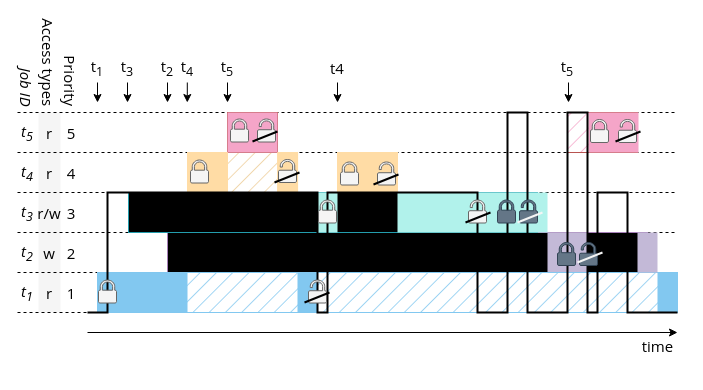
This is assets/system-rw.drawio from perlindgren/rw-rtic, a draw.io file, before an edit. Source tidied: cells renumbered, new cells numbered last; positions are measured from the earlier drawing's top-left corner, leaving out a move shared by most shapes. Both pictures are drawn from the tidied source at 100%, with x=0, y=0 at pixel (-18, 52).
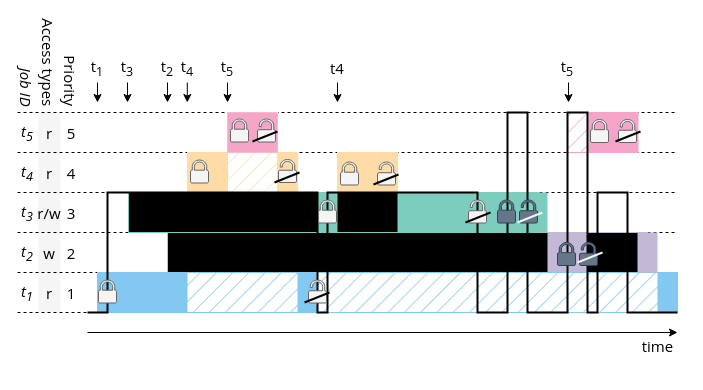
The same diagram, later.

What changed in the source:
```diff
@@
-    <mxCell id="15" style="rounded=0;whiteSpace=wrap;html=1;fillColor=#EDCD99;strokeColor=light-dark(#FFDCA5,#FFDCA5);fillStyle=hatch;fontSize=15;fontFamily=Open Sans;" parent="1" vertex="1">
+    <mxCell id="15" style="rounded=0;whiteSpace=wrap;html=1;fillColor=#FFDCA5;strokeColor=light-dark(#FFDCA5,#FFDCA5);fillStyle=hatch;fontSize=15;fontFamily=Open Sans;" parent="1" vertex="1">
       <mxGeometry x="205" y="100" width="110" height="40" as="geometry" />
     </mxCell>
-    <mxCell id="16" style="rounded=0;whiteSpace=wrap;html=1;fillColor=light-dark(#C89ADE,#C89ADE);strokeColor=light-dark(#A680B8,#C3B9D7);fillStyle=hatch;fontSize=15;fontFamily=Open Sans;" parent="1" vertex="1">
+    <mxCell id="16" style="rounded=0;whiteSpace=wrap;html=1;fillColor=light-dark(#C3B9D7,#C89ADE);strokeColor=light-dark(#C3B9D7,#C3B9D7);fillStyle=hatch;fontSize=15;fontFamily=Open Sans;" parent="1" vertex="1">
       <mxGeometry x="185" y="180" width="480" height="40" as="geometry" />
     </mxCell>
@@
-    <mxCell id="19" style="rounded=0;whiteSpace=wrap;html=1;fillColor=#f8cecc;strokeColor=#b85450;fillStyle=hatch;fontSize=15;fontFamily=Open Sans;" parent="1" vertex="1">
+    <mxCell id="19" style="rounded=0;whiteSpace=wrap;html=1;fillColor=#F8CECC;strokeColor=#F8CECC;fillStyle=hatch;fontSize=15;fontFamily=Open Sans;" parent="1" vertex="1">
       <mxGeometry x="245" y="60" width="50" height="40" as="geometry" />
     </mxCell>
@@
     <mxCell id="27" style="rounded=0;whiteSpace=wrap;html=1;fillColor=#F5A5C8;strokeColor=none;fontSize=15;fontFamily=Open Sans;" parent="1" vertex="1">
-      <mxGeometry x="245" y="60" width="50" height="40" as="geometry" />
+      <mxGeometry x="245.1" y="60" width="50" height="40" as="geometry" />
     </mxCell>
-    <mxCell id="28" style="rounded=0;whiteSpace=wrap;html=1;fillColor=light-dark(#99D1CB,#99D1CB);strokeColor=#239DAD;fillStyle=hatch;fontSize=15;fontFamily=Open Sans;" parent="1" vertex="1">
+    <mxCell id="28" style="rounded=0;whiteSpace=wrap;html=1;fillColor=light-dark(#7DCDBE,#99D1CB);strokeColor=#7DCDBE;fillStyle=hatch;fontSize=15;fontFamily=Open Sans;" parent="1" vertex="1">
       <mxGeometry x="146" y="140" width="409" height="40" as="geometry" />
     </mxCell>
-    <mxCell id="29" style="rounded=0;whiteSpace=wrap;html=1;fillColor=#B1F2EB;strokeColor=none;fillStyle=solid;fontSize=15;fontFamily=Open Sans;" parent="1" vertex="1">
+    <mxCell id="29" style="rounded=0;whiteSpace=wrap;html=1;fillColor=#7DCDBE;strokeColor=none;fillStyle=solid;fontSize=15;fontFamily=Open Sans;" parent="1" vertex="1">
       <mxGeometry x="335" y="140" width="20" height="40" as="geometry" />
     </mxCell>
-    <mxCell id="30" style="rounded=0;whiteSpace=wrap;html=1;fillColor=#B1F2EB;strokeColor=none;fillStyle=solid;fontSize=15;fontFamily=Open Sans;" parent="1" vertex="1">
+    <mxCell id="30" style="rounded=0;whiteSpace=wrap;html=1;fillColor=#7DCDBE;strokeColor=none;fillStyle=solid;fontSize=15;fontFamily=Open Sans;" parent="1" vertex="1">
       <mxGeometry x="415" y="140" width="150" height="40" as="geometry" />
     </mxCell>
@@
-    <mxCell id="33" style="rounded=0;whiteSpace=wrap;html=1;fillColor=#F5A5C8;strokeColor=#b85450;fillStyle=hatch;fontSize=15;fontFamily=Open Sans;" parent="1" vertex="1">
+    <mxCell id="33" style="rounded=0;whiteSpace=wrap;html=1;fillColor=#F5A5C8;strokeColor=#F5A5C8;fillStyle=hatch;fontSize=15;fontFamily=Open Sans;" parent="1" vertex="1">
       <mxGeometry x="585" y="60" width="70" height="40" as="geometry" />
     </mxCell>
```
